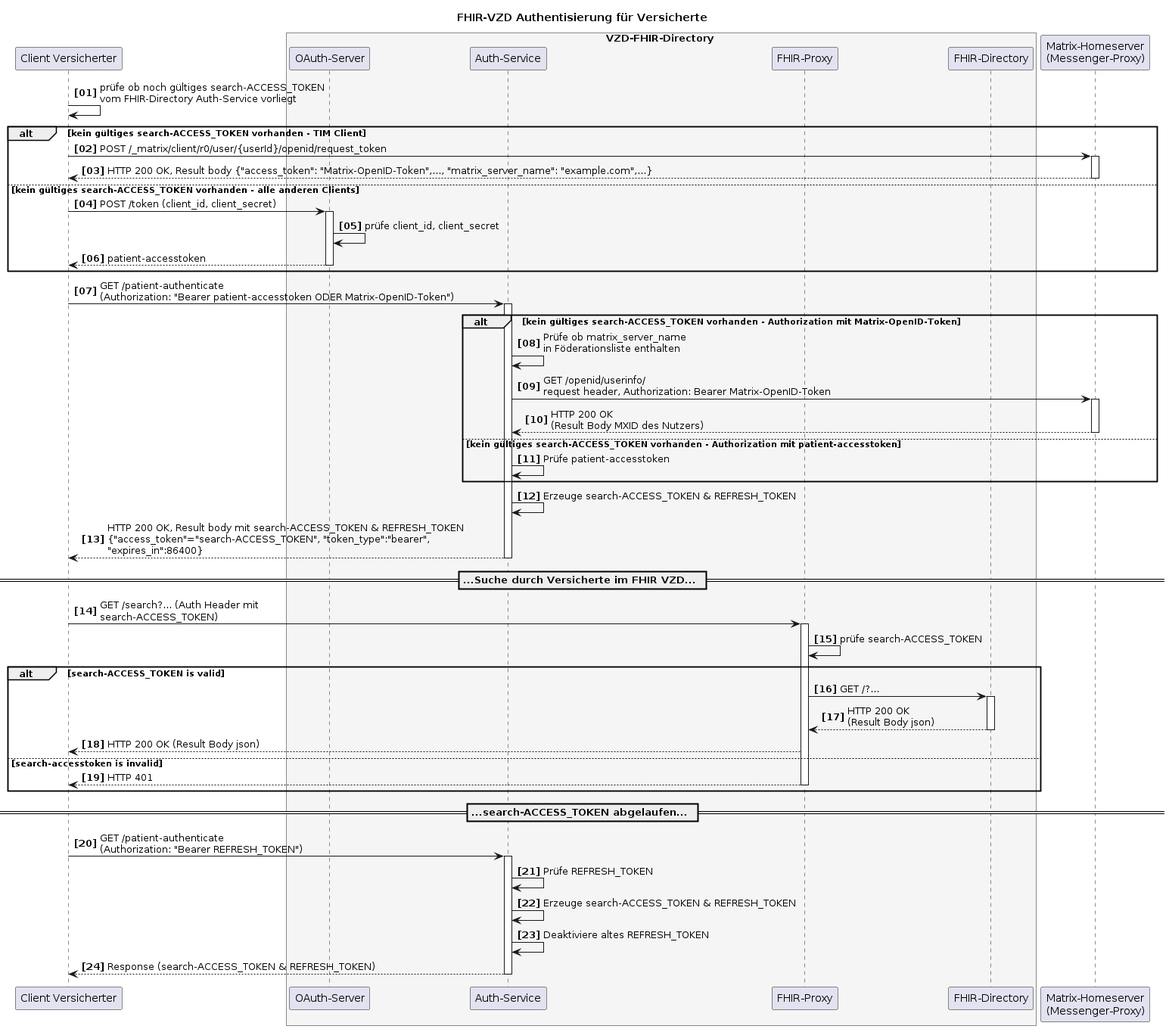
This is images/diagrams/SequenceDiagram.FHIR-Directory.fdv.search.tim.png from gematik/api-vzd, a PlantUML export, as it was before one commit.
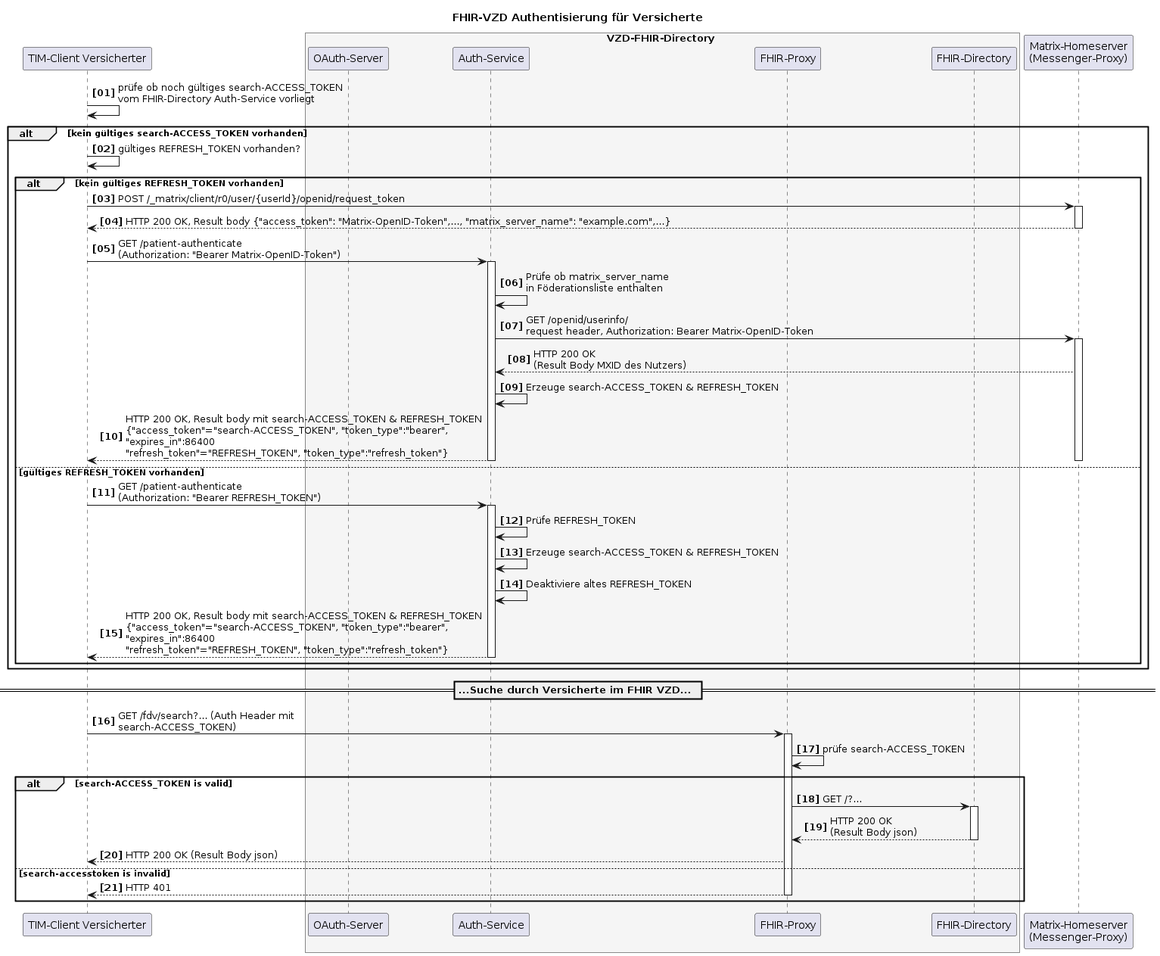
The same diagram one commit later.

Commit message:
Commit from GitHub Actions (GeneratePlantumlImages)

Diff of the diagram source:
```diff
@@ -2,7 +2,7 @@
 autonumber 1 1 "<b>[00]"
 title "FHIR-VZD Authentisierung für Versicherte"
 
-participant VClient as "Client Versicherter"
+participant VClient as "TIM-Client Versicherter"
 
 box VZD-FHIR-Directory #WhiteSmoke
     participant "OAuth-Server" as VzdOAuth
@@ -15,63 +15,51 @@
 
 VClient-> VClient: prüfe ob noch gültiges search-ACCESS_TOKEN\nvom FHIR-Directory Auth-Service vorliegt
 
-alt kein gültiges search-ACCESS_TOKEN vorhanden - TIM Client
-VClient-> hs: POST /_matrix/client/r0/user/{userId}/openid/request_token
-activate hs
-hs --> VClient: HTTP 200 OK, Result body {"access_token": "Matrix-OpenID-Token",..., "matrix_server_name": "example.com",...}
-deactivate hs
- else kein gültiges search-ACCESS_TOKEN vorhanden - alle anderen Clients
-VClient->VzdOAuth++: POST /token (client_id, client_secret)
-VzdOAuth->VzdOAuth: prüfe client_id, client_secret
-VzdOAuth-->VClient: patient-accesstoken
-deactivate VzdOAuth
+alt kein gültiges search-ACCESS_TOKEN vorhanden
+VClient->VClient: gültiges REFRESH_TOKEN vorhanden?
+alt kein gültiges REFRESH_TOKEN vorhanden
+   VClient-> hs: POST /_matrix/client/r0/user/{userId}/openid/request_token
+   activate hs
+   hs --> VClient: HTTP 200 OK, Result body {"access_token": "Matrix-OpenID-Token",..., "matrix_server_name": "example.com",...}
+   deactivate hs
+
+   VClient->VzdAuth++: GET /patient-authenticate \n(Authorization: "Bearer Matrix-OpenID-Token")
+
+   VzdAuth-> VzdAuth: Prüfe ob matrix_server_name\nin Föderationsliste enthalten
+   VzdAuth-> hs: GET /openid/userinfo/\nrequest header, Authorization: Bearer Matrix-OpenID-Token
+   activate hs
+   hs --> VzdAuth: HTTP 200 OK\n(Result Body MXID des Nutzers)
+   VzdAuth->VzdAuth: Erzeuge search-ACCESS_TOKEN & REFRESH_TOKEN
+   VzdAuth--> VClient: HTTP 200 OK, Result body mit search-ACCESS_TOKEN & REFRESH_TOKEN\n{"access_token"="search-ACCESS_TOKEN", "token_type":"bearer",\n"expires_in":86400\n"refresh_token"="REFRESH_TOKEN", "token_type":"refresh_token"}
+   deactivate VzdAuth
+   deactivate hs
+ else gültiges REFRESH_TOKEN vorhanden
+   VClient->VzdAuth++: GET /patient-authenticate \n(Authorization: "Bearer REFRESH_TOKEN")
+   VzdAuth->VzdAuth: Prüfe REFRESH_TOKEN
+   VzdAuth->VzdAuth: Erzeuge search-ACCESS_TOKEN & REFRESH_TOKEN
+   VzdAuth->VzdAuth: Deaktiviere altes REFRESH_TOKEN
+   VzdAuth--> VClient: HTTP 200 OK, Result body mit search-ACCESS_TOKEN & REFRESH_TOKEN\n{"access_token"="search-ACCESS_TOKEN", "token_type":"bearer",\n"expires_in":86400\n"refresh_token"="REFRESH_TOKEN", "token_type":"refresh_token"}
+   deactivate VzdAuth
+
 end
 
-VClient->VzdAuth++: GET /patient-authenticate \n(Authorization: "Bearer patient-accesstoken ODER Matrix-OpenID-Token")
-
-alt kein gültiges search-ACCESS_TOKEN vorhanden - Authorization mit Matrix-OpenID-Token
-
-VzdAuth-> VzdAuth: Prüfe ob matrix_server_name\nin Föderationsliste enthalten
-VzdAuth-> hs: GET /openid/userinfo/\nrequest header, Authorization: Bearer Matrix-OpenID-Token
-activate hs
-hs --> VzdAuth: HTTP 200 OK\n(Result Body MXID des Nutzers)
-deactivate hs
-
- else kein gültiges search-ACCESS_TOKEN vorhanden - Authorization mit patient-accesstoken
-
-VzdAuth->VzdAuth: Prüfe patient-accesstoken
 end
-
-VzdAuth->VzdAuth: Erzeuge search-ACCESS_TOKEN & REFRESH_TOKEN
-VzdAuth--> VClient: HTTP 200 OK, Result body mit search-ACCESS_TOKEN & REFRESH_TOKEN\n{"access_token"="search-ACCESS_TOKEN", "token_type":"bearer",\n"expires_in":86400}
-deactivate VzdAuth
 
 == ...Suche durch Versicherte im FHIR VZD... ==
 
-VClient -> fp: GET /search?... (Auth Header mit\nsearch-ACCESS_TOKEN)
+VClient -> fp: GET /fdv/search?... (Auth Header mit\nsearch-ACCESS_TOKEN)
 activate fp
 fp -> fp: prüfe search-ACCESS_TOKEN
 
 alt search-ACCESS_TOKEN is valid
-fp -> fd: GET /?...
-activate fd
-fd --> fp: HTTP 200 OK\n(Result Body json)
-deactivate fd
-fp --> VClient : HTTP 200 OK (Result Body json)
-else search-accesstoken is invalid
-fp --> VClient : HTTP 401
-deactivate fp
+   fp -> fd: GET /?...
+   activate fd
+   fd --> fp: HTTP 200 OK\n(Result Body json)
+   deactivate fd
+   fp --> VClient : HTTP 200 OK (Result Body json)
+ else search-accesstoken is invalid
+   fp --> VClient : HTTP 401
+   deactivate fp
 end
 
-== ...search-ACCESS_TOKEN abgelaufen... ==
-
-VClient->VzdAuth++: GET /patient-authenticate \n(Authorization: "Bearer REFRESH_TOKEN")
-VzdAuth->VzdAuth: Prüfe REFRESH_TOKEN
-VzdAuth->VzdAuth: Erzeuge search-ACCESS_TOKEN & REFRESH_TOKEN
-VzdAuth->VzdAuth: Deaktiviere altes REFRESH_TOKEN
-
-VzdAuth-->VClient: Response (search-ACCESS_TOKEN & REFRESH_TOKEN)
-deactivate VzdAuth
-deactivate VzdAuth
-
 @enduml
```
